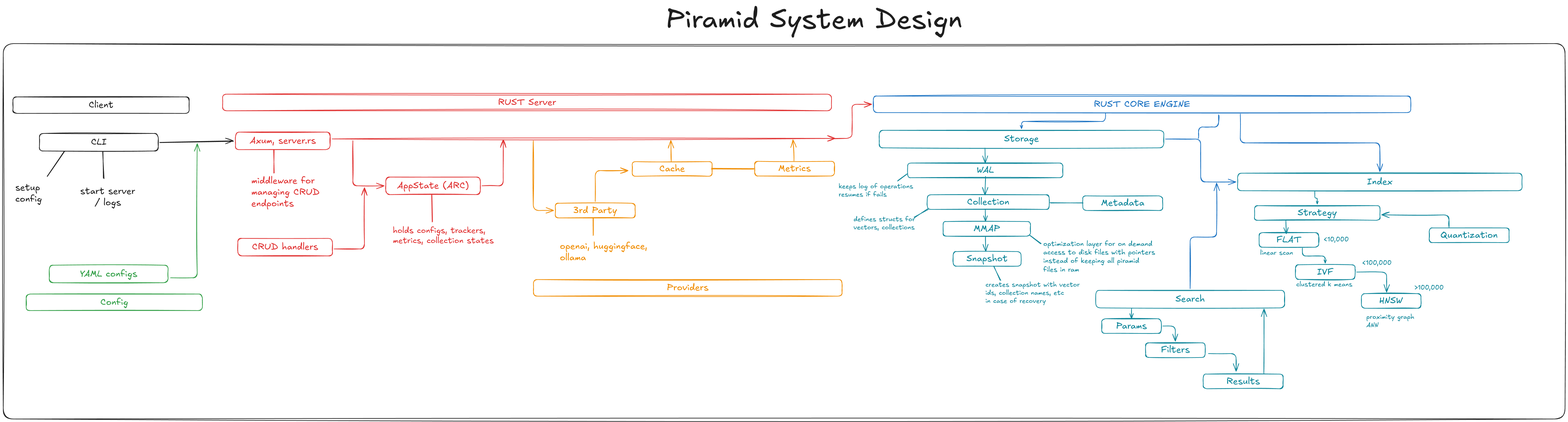
Before: assets/blogs/diagram.excalidraw.png, a diagram exported from Excalidraw (ashworks1706/piramid). Source tidied: one line per element, renumbered; positions are measured from the earlier drawing's top-left corner, leaving out a move shared by most shapes.
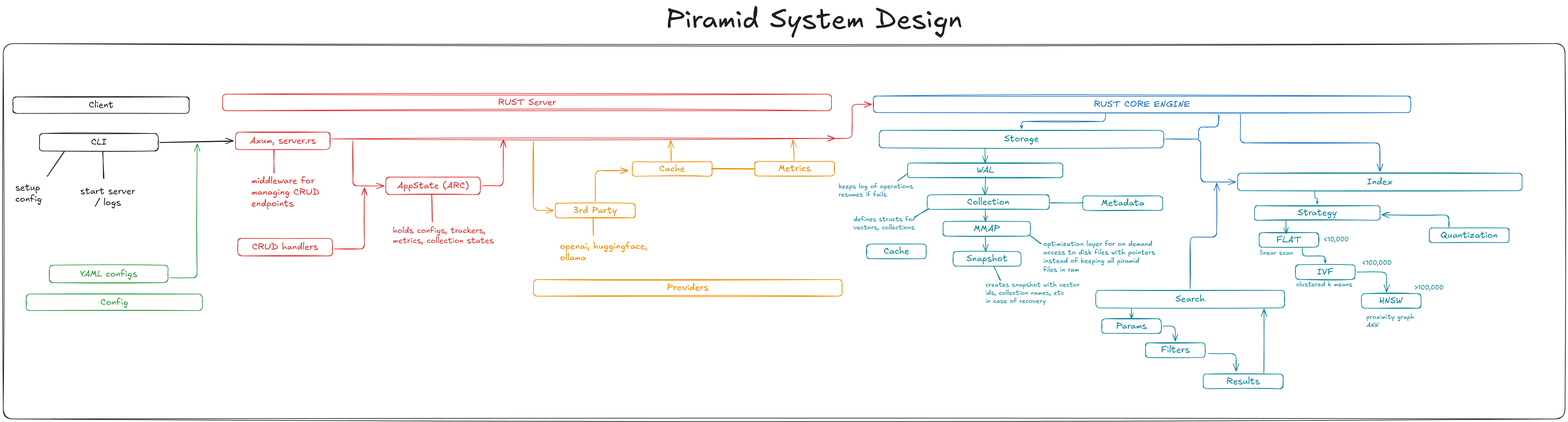
The same file after the commit.

Change to the diagram source:
```diff
@@ -113,3 +113,5 @@
 {"id": 112, "type": "text", "text": "holds configs, trackers,\nmetrics, collection states", "strokeColor": "#e03131", "strokeWidth": 2, "roughness": 1, "fontSize": 25.07, "fontFamily": 5, "x": 1197, "y": 683, "width": 310, "height": 63}
 {"id": 113, "type": "rectangle", "strokeColor": "#1e1e1e", "strokeWidth": 2, "roughness": 1, "round": true, "x": 0, "y": 124, "width": 4797, "height": 1153}
 {"id": 114, "type": "text", "text": "Piramid System Design", "strokeColor": "#1e1e1e", "strokeWidth": 2, "roughness": 1, "fontSize": 84.07, "fontFamily": 5, "x": 2036, "y": 0, "width": 911, "height": 105}
+{"id": 115, "type": "rectangle", "strokeColor": "#0c8599", "strokeWidth": 2, "roughness": 1, "round": true, "x": 2652, "y": 740, "width": 183, "height": 45}
+{"id": 116, "type": "text", "text": "Cache", "strokeColor": "#0c8599", "strokeWidth": 2, "roughness": 1, "fontSize": 28, "fontFamily": 5, "textAlign": "center", "verticalAlign": "middle", "inside": 115, "x": 2704, "y": 745, "width": 79, "height": 35}
```
